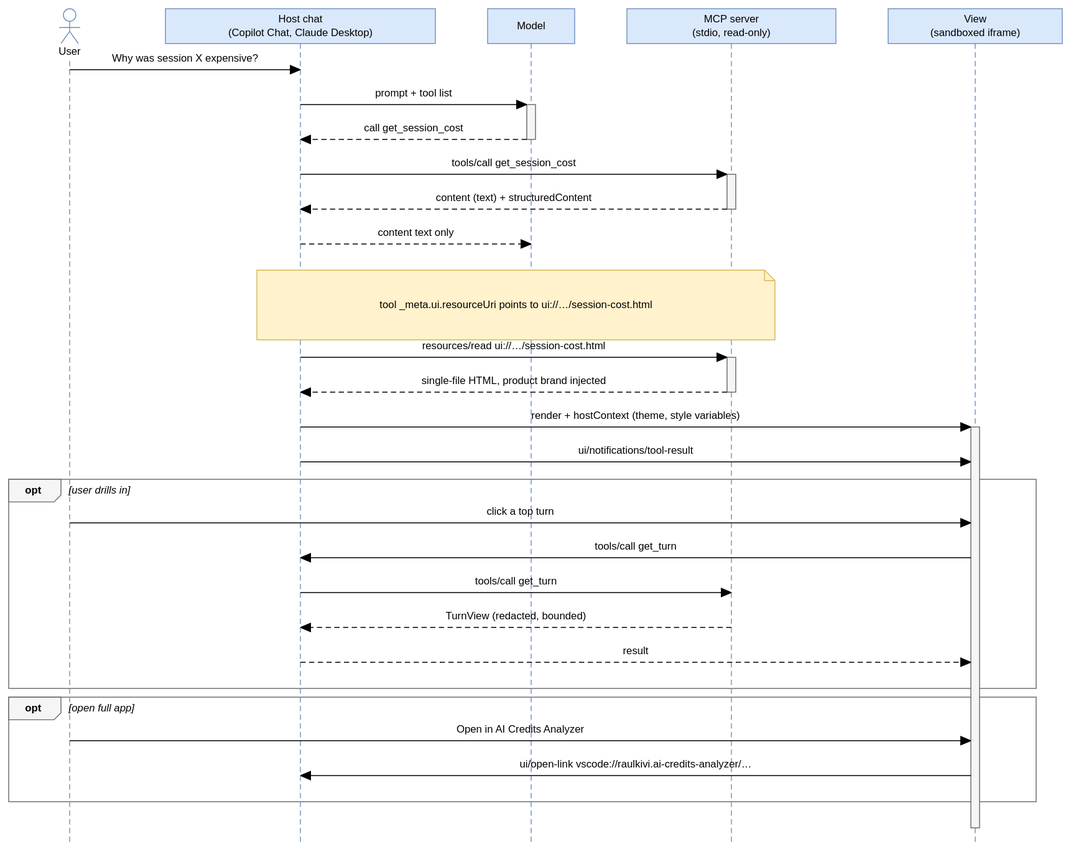
Before: docs/plans/diagrams/mcp-apps-sequence.drawio.svg, a diagram exported from draw.io (raulkivi/agent-cost-analyzer). Source tidied: cells renumbered, new cells last; positions are measured from the earlier drawing's top-left corner, leaving out a move shared by most shapes.
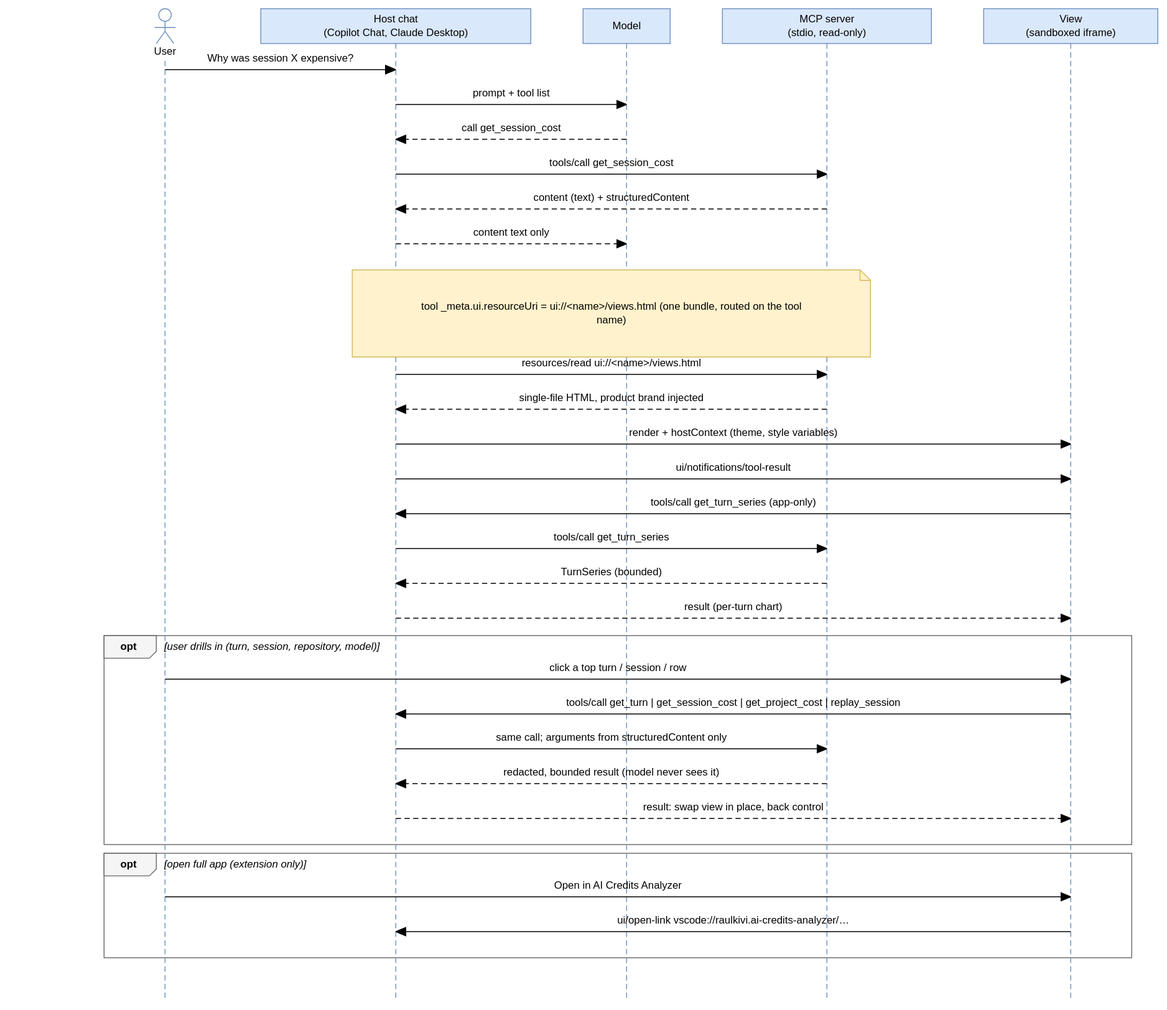
After the change.

Commit message:
docs: Phase 12 diagrams cover the single views bundle, drill-downs and view routing

Change to the diagram source:
```diff
@@ -3,97 +3,97 @@
     <mxCell id="0" />
     <mxCell id="1" parent="0" />
     <mxCell id="2" value="opt" style="shape=umlFrame;whiteSpace=wrap;html=1;width=60;height=26;fillColor=none;strokeColor=#666666;" parent="1" vertex="1">
-      <mxGeometry y="790" width="1180" height="120" as="geometry" />
+      <mxGeometry y="970" width="1180" height="120" as="geometry" />
     </mxCell>
     <mxCell id="3" value="opt" style="shape=umlFrame;whiteSpace=wrap;html=1;width=60;height=26;fillColor=none;strokeColor=#666666;" parent="1" vertex="1">
-      <mxGeometry y="540" width="1180" height="240" as="geometry" />
+      <mxGeometry y="720" width="1180" height="240" as="geometry" />
     </mxCell>
     <mxCell id="4" value="User" style="shape=umlLifeline;perimeter=lifelinePerimeter;whiteSpace=wrap;html=1;outlineConnect=0;portConstraint=eastwest;size=40;fillColor=#dae8fc;strokeColor=#6c8ebf;participant=umlActor;" parent="1" vertex="1">
-      <mxGeometry x="20" width="100" height="960" as="geometry" />
+      <mxGeometry x="20" width="100" height="1140" as="geometry" />
     </mxCell>
     <mxCell id="5" value="Host chat&lt;br&gt;(Copilot Chat, Claude Desktop)" style="shape=umlLifeline;perimeter=lifelinePerimeter;whiteSpace=wrap;html=1;outlineConnect=0;portConstraint=eastwest;size=40;fillColor=#dae8fc;strokeColor=#6c8ebf;" parent="1" vertex="1">
-      <mxGeometry x="180" width="310" height="960" as="geometry" />
+      <mxGeometry x="180" width="310" height="1140" as="geometry" />
     </mxCell>
     <mxCell id="6" value="Model" style="shape=umlLifeline;perimeter=lifelinePerimeter;whiteSpace=wrap;html=1;outlineConnect=0;portConstraint=eastwest;size=40;fillColor=#dae8fc;strokeColor=#6c8ebf;" parent="1" vertex="1">
-      <mxGeometry x="550" width="100" height="960" as="geometry" />
+      <mxGeometry x="550" width="100" height="1140" as="geometry" />
     </mxCell>
     <mxCell id="7" value="MCP server&lt;br&gt;(stdio, read-only)" style="shape=umlLifeline;perimeter=lifelinePerimeter;whiteSpace=wrap;html=1;outlineConnect=0;portConstraint=eastwest;size=40;fillColor=#dae8fc;strokeColor=#6c8ebf;" parent="1" vertex="1">
-      <mxGeometry x="710" width="240" height="960" as="geometry" />
+      <mxGeometry x="710" width="240" height="1140" as="geometry" />
     </mxCell>
     <mxCell id="8" value="View&lt;br&gt;(sandboxed iframe)" style="shape=umlLifeline;perimeter=lifelinePerimeter;whiteSpace=wrap;html=1;outlineConnect=0;portConstraint=eastwest;size=40;fillColor=#dae8fc;strokeColor=#6c8ebf;" parent="1" vertex="1">
-      <mxGeometry x="1010" width="200" height="960" as="geometry" />
+      <mxGeometry x="1010" width="200" height="1140" as="geometry" />
     </mxCell>
-    <mxCell id="9" style="html=1;points=[];perimeter=orthogonalPerimeter;outlineConnect=0;targetShapes=umlLifeline;portConstraint=eastwest;shape=umlActivation;fillColor=#f5f5f5;strokeColor=#666666;" parent="6" vertex="1">
-      <mxGeometry x="45" y="110" width="10" height="40" as="geometry" />
-    </mxCell>
-    <mxCell id="10" style="html=1;points=[];perimeter=orthogonalPerimeter;outlineConnect=0;targetShapes=umlLifeline;portConstraint=eastwest;shape=umlActivation;fillColor=#f5f5f5;strokeColor=#666666;" parent="7" vertex="1">
-      <mxGeometry x="115" y="190" width="10" height="40" as="geometry" />
-    </mxCell>
-    <mxCell id="11" style="html=1;points=[];perimeter=orthogonalPerimeter;outlineConnect=0;targetShapes=umlLifeline;portConstraint=eastwest;shape=umlActivation;fillColor=#f5f5f5;strokeColor=#666666;" parent="7" vertex="1">
-      <mxGeometry x="115" y="400" width="10" height="40" as="geometry" />
-    </mxCell>
-    <mxCell id="12" style="html=1;points=[];perimeter=orthogonalPerimeter;outlineConnect=0;targetShapes=umlLifeline;portConstraint=eastwest;shape=umlActivation;fillColor=#f5f5f5;strokeColor=#666666;" parent="8" vertex="1">
-      <mxGeometry x="95" y="480" width="10" height="460" as="geometry" />
-    </mxCell>
-    <mxCell id="13" value="tool _meta.ui.resourceUri points to ui://…/session-cost.html" style="shape=note;whiteSpace=wrap;html=1;size=12;backgroundOutline=1;fillColor=#fff2cc;strokeColor=#d6b656;" parent="1" vertex="1">
-      <mxGeometry x="285" y="300" width="595" height="80" as="geometry" />
+    <mxCell id="13" value="tool _meta.ui.resourceUri = ui://&amp;lt;name&amp;gt;/views.html (one bundle, routed on the tool name)" style="shape=note;whiteSpace=wrap;html=1;size=12;backgroundOutline=1;fillColor=#fff2cc;strokeColor=#d6b656;" parent="1" vertex="1">
+      <mxGeometry x="285" y="300" width="595" height="100" as="geometry" />
     </mxCell>
-    <mxCell id="14" value="[user drills in]" style="text;html=1;align=left;verticalAlign=middle;fontStyle=2;whiteSpace=wrap;" parent="1" vertex="1">
-      <mxGeometry x="65" y="542" width="1105" height="22" as="geometry" />
+    <mxCell id="14" value="[user drills in (turn, session, repository, model)]" style="text;html=1;align=left;verticalAlign=middle;fontStyle=2;whiteSpace=wrap;" parent="1" vertex="1">
+      <mxGeometry x="65" y="722" width="1105" height="22" as="geometry" />
     </mxCell>
-    <mxCell id="15" value="[open full app]" style="text;html=1;align=left;verticalAlign=middle;fontStyle=2;whiteSpace=wrap;" parent="1" vertex="1">
-      <mxGeometry x="65" y="792" width="1105" height="22" as="geometry" />
+    <mxCell id="15" value="[open full app (extension only)]" style="text;html=1;align=left;verticalAlign=middle;fontStyle=2;whiteSpace=wrap;" parent="1" vertex="1">
+      <mxGeometry x="65" y="972" width="1105" height="22" as="geometry" />
     </mxCell>
     <mxCell id="16" value="Why was session X expensive?" style="html=1;verticalAlign=bottom;endArrow=block;endFill=1;curved=0;rounded=0;exitX=0.5;exitY=0;exitDx=0;exitDy=70;entryX=0.5;entryY=0;entryDx=0;entryDy=70;" parent="1" edge="1" source="4" target="5">
       <mxGeometry relative="1" as="geometry" />
     </mxCell>
-    <mxCell id="17" value="prompt + tool list" style="html=1;verticalAlign=bottom;endArrow=block;endFill=1;curved=0;rounded=0;exitX=0.5;exitY=0;exitDx=0;exitDy=110;entryX=0;entryY=0;entryDx=0;entryDy=0;" parent="1" edge="1" source="5" target="9">
+    <mxCell id="17" value="prompt + tool list" style="html=1;verticalAlign=bottom;endArrow=block;endFill=1;curved=0;rounded=0;exitX=0.5;exitY=0;exitDx=0;exitDy=110;entryX=0.5;entryY=0;entryDx=0;entryDy=110;" parent="1" edge="1" source="5" target="6">
       <mxGeometry relative="1" as="geometry" />
     </mxCell>
-    <mxCell id="18" value="call get_session_cost" style="html=1;verticalAlign=bottom;endArrow=block;endFill=1;curved=0;rounded=0;dashed=1;exitX=0;exitY=0;exitDx=0;exitDy=40;entryX=0.5;entryY=0;entryDx=0;entryDy=150;" parent="1" edge="1" source="9" target="5">
+    <mxCell id="18" value="call get_session_cost" style="html=1;verticalAlign=bottom;endArrow=block;endFill=1;curved=0;rounded=0;dashed=1;exitX=0.5;exitY=0;exitDx=0;exitDy=150;entryX=0.5;entryY=0;entryDx=0;entryDy=150;" parent="1" edge="1" source="6" target="5">
       <mxGeometry relative="1" as="geometry" />
     </mxCell>
-    <mxCell id="19" value="tools/call get_session_cost" style="html=1;verticalAlign=bottom;endArrow=block;endFill=1;curved=0;rounded=0;exitX=0.5;exitY=0;exitDx=0;exitDy=190;entryX=0;entryY=0;entryDx=0;entryDy=0;" parent="1" edge="1" source="5" target="10">
+    <mxCell id="19" value="tools/call get_session_cost" style="html=1;verticalAlign=bottom;endArrow=block;endFill=1;curved=0;rounded=0;exitX=0.5;exitY=0;exitDx=0;exitDy=190;entryX=0.5;entryY=0;entryDx=0;entryDy=190;" parent="1" edge="1" source="5" target="7">
       <mxGeometry relative="1" as="geometry" />
     </mxCell>
-    <mxCell id="20" value="content (text) + structuredContent" style="html=1;verticalAlign=bottom;endArrow=block;endFill=1;curved=0;rounded=0;dashed=1;exitX=0;exitY=0;exitDx=0;exitDy=40;entryX=0.5;entryY=0;entryDx=0;entryDy=230;" parent="1" edge="1" source="10" target="5">
+    <mxCell id="20" value="content (text) + structuredContent" style="html=1;verticalAlign=bottom;endArrow=block;endFill=1;curved=0;rounded=0;dashed=1;exitX=0.5;exitY=0;exitDx=0;exitDy=230;entryX=0.5;entryY=0;entryDx=0;entryDy=230;" parent="1" edge="1" source="7" target="5">
       <mxGeometry relative="1" as="geometry" />
     </mxCell>
     <mxCell id="21" value="content text only" style="html=1;verticalAlign=bottom;endArrow=block;endFill=1;curved=0;rounded=0;dashed=1;exitX=0.5;exitY=0;exitDx=0;exitDy=270;entryX=0.5;entryY=0;entryDx=0;entryDy=270;" parent="1" edge="1" source="5" target="6">
       <mxGeometry relative="1" as="geometry" />
     </mxCell>
-    <mxCell id="22" value="resources/read ui://…/session-cost.html" style="html=1;verticalAlign=bottom;endArrow=block;endFill=1;curved=0;rounded=0;exitX=0.5;exitY=0;exitDx=0;exitDy=400;entryX=0;entryY=0;entryDx=0;entryDy=0;" parent="1" edge="1" source="5" target="11">
+    <mxCell id="22" value="resources/read ui://&amp;lt;name&amp;gt;/views.html" style="html=1;verticalAlign=bottom;endArrow=block;endFill=1;curved=0;rounded=0;exitX=0.5;exitY=0;exitDx=0;exitDy=420;entryX=0.5;entryY=0;entryDx=0;entryDy=420;" parent="1" edge="1" source="5" target="7">
       <mxGeometry relative="1" as="geometry" />
     </mxCell>
-    <mxCell id="23" value="single-file HTML, product brand injected" style="html=1;verticalAlign=bottom;endArrow=block;endFill=1;curved=0;rounded=0;dashed=1;exitX=0;exitY=0;exitDx=0;exitDy=40;entryX=0.5;entryY=0;entryDx=0;entryDy=440;" parent="1" edge="1" source="11" target="5">
+    <mxCell id="23" value="single-file HTML, product brand injected" style="html=1;verticalAlign=bottom;endArrow=block;endFill=1;curved=0;rounded=0;dashed=1;exitX=0.5;exitY=0;exitDx=0;exitDy=460;entryX=0.5;entryY=0;entryDx=0;entryDy=460;" parent="1" edge="1" source="7" target="5">
       <mxGeometry relative="1" as="geometry" />
     </mxCell>
-    <mxCell id="24" value="render + hostContext (theme, style variables)" style="html=1;verticalAlign=bottom;endArrow=block;endFill=1;curved=0;rounded=0;exitX=0.5;exitY=0;exitDx=0;exitDy=480;entryX=0;entryY=0;entryDx=0;entryDy=0;" parent="1" edge="1" source="5" target="12">
+    <mxCell id="24" value="render + hostContext (theme, style variables)" style="html=1;verticalAlign=bottom;endArrow=block;endFill=1;curved=0;rounded=0;exitX=0.5;exitY=0;exitDx=0;exitDy=500;entryX=0.5;entryY=0;entryDx=0;entryDy=500;" parent="1" edge="1" source="5" target="8">
       <mxGeometry relative="1" as="geometry" />
     </mxCell>
-    <mxCell id="25" value="ui/notifications/tool-result" style="html=1;verticalAlign=bottom;endArrow=block;endFill=1;curved=0;rounded=0;exitX=0.5;exitY=0;exitDx=0;exitDy=520;entryX=0;entryY=0;entryDx=0;entryDy=40;" parent="1" edge="1" source="5" target="12">
+    <mxCell id="25" value="ui/notifications/tool-result" style="html=1;verticalAlign=bottom;endArrow=block;endFill=1;curved=0;rounded=0;exitX=0.5;exitY=0;exitDx=0;exitDy=540;entryX=0.5;entryY=0;entryDx=0;entryDy=540;" parent="1" edge="1" source="5" target="8">
       <mxGeometry relative="1" as="geometry" />
     </mxCell>
-    <mxCell id="26" value="click a top turn" style="html=1;verticalAlign=bottom;endArrow=block;endFill=1;curved=0;rounded=0;exitX=0.5;exitY=0;exitDx=0;exitDy=590;entryX=0;entryY=0;entryDx=0;entryDy=110;" parent="1" edge="1" source="4" target="12">
+    <mxCell id="26" value="tools/call get_turn_series (app-only)" style="html=1;verticalAlign=bottom;endArrow=block;endFill=1;curved=0;rounded=0;exitX=0.5;exitY=0;exitDx=0;exitDy=580;entryX=0.5;entryY=0;entryDx=0;entryDy=580;" parent="1" edge="1" source="8" target="5">
       <mxGeometry relative="1" as="geometry" />
     </mxCell>
-    <mxCell id="27" value="tools/call get_turn" style="html=1;verticalAlign=bottom;endArrow=block;endFill=1;curved=0;rounded=0;exitX=0;exitY=0;exitDx=0;exitDy=150;entryX=0.5;entryY=0;entryDx=0;entryDy=630;" parent="1" edge="1" source="12" target="5">
+    <mxCell id="27" value="tools/call get_turn_series" style="html=1;verticalAlign=bottom;endArrow=block;endFill=1;curved=0;rounded=0;exitX=0.5;exitY=0;exitDx=0;exitDy=620;entryX=0.5;entryY=0;entryDx=0;entryDy=620;" parent="1" edge="1" source="5" target="7">
       <mxGeometry relative="1" as="geometry" />
     </mxCell>
-    <mxCell id="28" value="tools/call get_turn" style="html=1;verticalAlign=bottom;endArrow=block;endFill=1;curved=0;rounded=0;exitX=0.5;exitY=0;exitDx=0;exitDy=670;entryX=0.5;entryY=0;entryDx=0;entryDy=670;" parent="1" edge="1" source="5" target="7">
+    <mxCell id="28" value="TurnSeries (bounded)" style="html=1;verticalAlign=bottom;endArrow=block;endFill=1;curved=0;rounded=0;dashed=1;exitX=0.5;exitY=0;exitDx=0;exitDy=660;entryX=0.5;entryY=0;entryDx=0;entryDy=660;" parent="1" edge="1" source="7" target="5">
       <mxGeometry relative="1" as="geometry" />
     </mxCell>
-    <mxCell id="29" value="TurnView (redacted, bounded)" style="html=1;verticalAlign=bottom;endArrow=block;endFill=1;curved=0;rounded=0;dashed=1;exitX=0.5;exitY=0;exitDx=0;exitDy=710;entryX=0.5;entryY=0;entryDx=0;entryDy=710;" parent="1" edge="1" source="7" target="5">
+    <mxCell id="29" value="result (per-turn chart)" style="html=1;verticalAlign=bottom;endArrow=block;endFill=1;curved=0;rounded=0;dashed=1;exitX=0.5;exitY=0;exitDx=0;exitDy=700;entryX=0.5;entryY=0;entryDx=0;entryDy=700;" parent="1" edge="1" source="5" target="8">
       <mxGeometry relative="1" as="geometry" />
     </mxCell>
-    <mxCell id="30" value="result" style="html=1;verticalAlign=bottom;endArrow=block;endFill=1;curved=0;rounded=0;dashed=1;exitX=0.5;exitY=0;exitDx=0;exitDy=750;entryX=0;entryY=0;entryDx=0;entryDy=270;" parent="1" edge="1" source="5" target="12">
+    <mxCell id="30" value="click a top turn / session / row" style="html=1;verticalAlign=bottom;endArrow=block;endFill=1;curved=0;rounded=0;exitX=0.5;exitY=0;exitDx=0;exitDy=770;entryX=0.5;entryY=0;entryDx=0;entryDy=770;" parent="1" edge="1" source="4" target="8">
       <mxGeometry relative="1" as="geometry" />
     </mxCell>
-    <mxCell id="31" value="Open in AI Credits Analyzer" style="html=1;verticalAlign=bottom;endArrow=block;endFill=1;curved=0;rounded=0;exitX=0.5;exitY=0;exitDx=0;exitDy=840;entryX=0;entryY=0;entryDx=0;entryDy=360;" parent="1" edge="1" source="4" target="12">
+    <mxCell id="31" value="tools/call get_turn | get_session_cost | get_project_cost | replay_session" style="html=1;verticalAlign=bottom;endArrow=block;endFill=1;curved=0;rounded=0;exitX=0.5;exitY=0;exitDx=0;exitDy=810;entryX=0.5;entryY=0;entryDx=0;entryDy=810;" parent="1" edge="1" source="8" target="5">
       <mxGeometry relative="1" as="geometry" />
     </mxCell>
-    <mxCell id="32" value="ui/open-link vscode://raulkivi.ai-credits-analyzer/…" style="html=1;verticalAlign=bottom;endArrow=block;endFill=1;curved=0;rounded=0;exitX=0;exitY=0;exitDx=0;exitDy=400;entryX=0.5;entryY=0;entryDx=0;entryDy=880;" parent="1" edge="1" source="12" target="5">
+    <mxCell id="32" value="same call; arguments from structuredContent only" style="html=1;verticalAlign=bottom;endArrow=block;endFill=1;curved=0;rounded=0;exitX=0.5;exitY=0;exitDx=0;exitDy=850;entryX=0.5;entryY=0;entryDx=0;entryDy=850;" parent="1" edge="1" source="5" target="7">
       <mxGeometry relative="1" as="geometry" />
     </mxCell>
+    <mxCell id="33" value="redacted, bounded result (model never sees it)" style="html=1;verticalAlign=bottom;endArrow=block;endFill=1;curved=0;rounded=0;dashed=1;exitX=0.5;exitY=0;exitDx=0;exitDy=890;entryX=0.5;entryY=0;entryDx=0;entryDy=890;" parent="1" edge="1" source="7" target="5">
+      <mxGeometry relative="1" as="geometry" />
+    </mxCell>
+    <mxCell id="34" value="result: swap view in place, back control" style="html=1;verticalAlign=bottom;endArrow=block;endFill=1;curved=0;rounded=0;dashed=1;exitX=0.5;exitY=0;exitDx=0;exitDy=930;entryX=0.5;entryY=0;entryDx=0;entryDy=930;" parent="1" edge="1" source="5" target="8">
+      <mxGeometry relative="1" as="geometry" />
+    </mxCell>
+    <mxCell id="35" value="Open in AI Credits Analyzer" style="html=1;verticalAlign=bottom;endArrow=block;endFill=1;curved=0;rounded=0;exitX=0.5;exitY=0;exitDx=0;exitDy=1020;entryX=0.5;entryY=0;entryDx=0;entryDy=1020;" parent="1" edge="1" source="4" target="8">
+      <mxGeometry relative="1" as="geometry" />
+    </mxCell>
+    <mxCell id="36" value="ui/open-link vscode://raulkivi.ai-credits-analyzer/…" style="html=1;verticalAlign=bottom;endArrow=block;endFill=1;curved=0;rounded=0;exitX=0.5;exitY=0;exitDx=0;exitDy=1060;entryX=0.5;entryY=0;entryDx=0;entryDy=1060;" parent="1" edge="1" source="8" target="5">
+      <mxGeometry relative="1" as="geometry" />
+    </mxCell>
   </root>
 </mxGraphModel>
```
